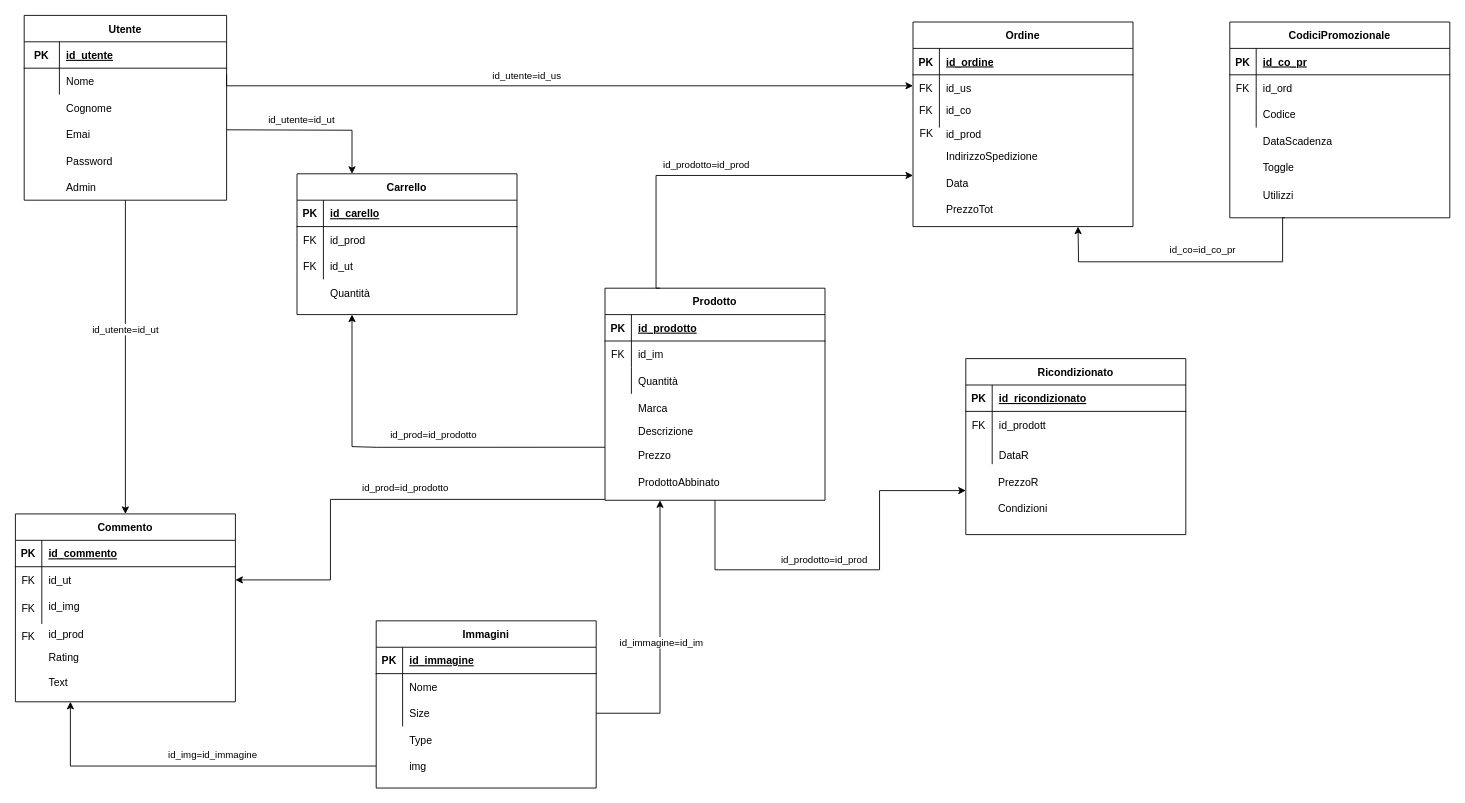
Earlier version of the draw.io diagram Creazione DBMS/DBMS.drawio (doublep21/PearShop). Source tidied: cells renumbered, new cells numbered last; positions are measured from the earlier drawing's top-left corner, leaving out a move shared by most shapes. Both pictures are drawn from the tidied source at 88%, with x=0, y=0 at pixel (15, 15).
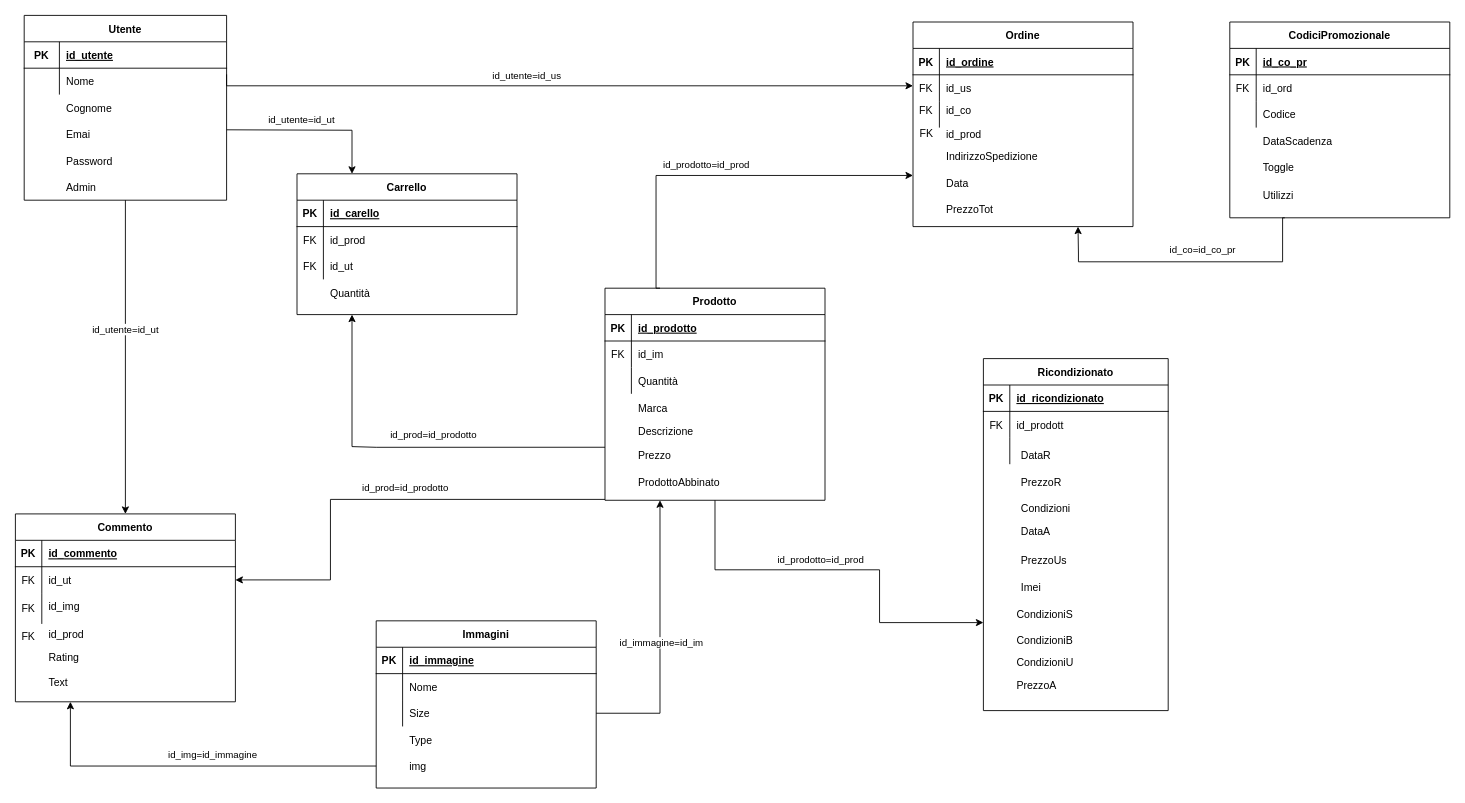
After the change.

Commit message (it also covers changes not shown here):
Aggiornamento DBMS

Unchanged cells that the change refers to:
```xml
<mxCell id="2" value="Prodotto" style="shape=table;startSize=30;childLayout=tableLayout;rowLines=0;fontStyle=1;align=center;" parent="1" vertex="1">
  <mxGeometry x="670" y="310" width="250" height="241" as="geometry" />
</mxCell>
```

What changed in the source:
```diff
@@
     <mxCell id="130" value="Ricondizionato" style="shape=table;startSize=30;childLayout=tableLayout;rowLines=0;fontStyle=1;align=center;" parent="1" vertex="1">
-      <mxGeometry x="1080" y="390" width="250" height="200" as="geometry" />
+      <mxGeometry x="1100" y="390" width="210" height="400" as="geometry" />
     </mxCell>
     <mxCell id="131" style="shape=partialRectangle;fillColor=none;top=0;left=0;right=0;bottom=1;" parent="130" vertex="1">
-      <mxGeometry y="30" width="250" height="30" as="geometry" />
+      <mxGeometry y="30" width="210" height="30" as="geometry" />
     </mxCell>
@@
     <mxCell id="133" value="id_ricondizionato" style="shape=partialRectangle;overflow=hidden;fillColor=none;top=0;left=0;bottom=0;right=0;align=left;spacingLeft=6;fontStyle=5;" parent="131" vertex="1">
-      <mxGeometry x="30" width="220" height="30" as="geometry" />
+      <mxGeometry x="30" width="180" height="30" as="geometry" />
     </mxCell>
     <mxCell id="134" style="shape=partialRectangle;fillColor=none;top=0;left=0;right=0;bottom=0;" parent="130" vertex="1">
-      <mxGeometry y="60" width="250" height="30" as="geometry" />
+      <mxGeometry y="60" width="210" height="30" as="geometry" />
     </mxCell>
@@
     <mxCell id="136" value="id_prodott" style="shape=partialRectangle;overflow=hidden;fillColor=none;top=0;left=0;bottom=0;right=0;align=left;spacingLeft=6;" parent="134" vertex="1">
-      <mxGeometry x="30" width="220" height="30" as="geometry" />
+      <mxGeometry x="30" width="180" height="30" as="geometry" />
     </mxCell>
     <mxCell id="137" style="shape=partialRectangle;fillColor=none;top=0;left=0;right=0;bottom=0;" parent="130" vertex="1">
-      <mxGeometry y="90" width="250" height="30" as="geometry" />
+      <mxGeometry y="90" width="210" height="30" as="geometry" />
     </mxCell>
@@
     <mxCell id="139" style="shape=partialRectangle;overflow=hidden;fillColor=none;top=0;left=0;bottom=0;right=0;align=left;spacingLeft=6;" parent="137" vertex="1">
-      <mxGeometry x="30" width="220" height="30" as="geometry" />
+      <mxGeometry x="30" width="180" height="30" as="geometry" />
     </mxCell>
     <mxCell id="140" style="edgeStyle=orthogonalEdgeStyle;rounded=0;jettySize=auto;html=1;exitX=0.5;exitY=1;exitDx=0;exitDy=0;entryX=0;entryY=0.75;entryDx=0;entryDy=0;" parent="1" edge="1" source="2" target="130">
       <mxGeometry relative="1" as="geometry">
         <Array as="points">
           <mxPoint x="795" y="630" />
           <mxPoint x="982" y="630" />
-          <mxPoint x="982" y="540" />
+          <mxPoint x="982" y="690" />
         </Array>
       </mxGeometry>
     </mxCell>
@@
     <mxCell id="142" value="DataR" style="shape=partialRectangle;overflow=hidden;fillColor=none;top=0;left=0;bottom=0;right=0;align=left;spacingLeft=6;" parent="1" vertex="1">
-      <mxGeometry x="1110" y="485" width="220" height="30" as="geometry" />
+      <mxGeometry x="1135" y="485" width="220" height="30" as="geometry" />
     </mxCell>
     <mxCell id="143" value="PrezzoR" style="shape=partialRectangle;overflow=hidden;fillColor=none;top=0;left=0;bottom=0;right=0;align=left;spacingLeft=6;" parent="1" vertex="1">
-      <mxGeometry x="1109" y="515" width="220" height="30" as="geometry" />
+      <mxGeometry x="1135" y="515" width="220" height="30" as="geometry" />
     </mxCell>
     <mxCell id="144" value="Condizioni" style="shape=partialRectangle;overflow=hidden;fillColor=none;top=0;left=0;bottom=0;right=0;align=left;spacingLeft=6;" parent="1" vertex="1">
-      <mxGeometry x="1109" y="545" width="220" height="30" as="geometry" />
+      <mxGeometry x="1135" y="545" width="220" height="30" as="geometry" />
     </mxCell>
@@
+    <mxCell id="149" value="DataA" style="shape=partialRectangle;overflow=hidden;fillColor=none;top=0;left=0;bottom=0;right=0;align=left;spacingLeft=6;" parent="1" vertex="1">
+      <mxGeometry x="1135" y="571.5" width="220" height="30" as="geometry" />
+    </mxCell>
+    <mxCell id="150" value="PrezzoUs" style="shape=partialRectangle;overflow=hidden;fillColor=none;top=0;left=0;bottom=0;right=0;align=left;spacingLeft=6;" parent="1" vertex="1">
+      <mxGeometry x="1135" y="604" width="220" height="30" as="geometry" />
+    </mxCell>
+    <mxCell id="151" value="Imei" style="shape=partialRectangle;overflow=hidden;fillColor=none;top=0;left=0;bottom=0;right=0;align=left;spacingLeft=6;" parent="1" vertex="1">
+      <mxGeometry x="1135" y="635" width="220" height="30" as="geometry" />
+    </mxCell>
+    <mxCell id="152" value="CondizioniS" style="shape=partialRectangle;overflow=hidden;fillColor=none;top=0;left=0;bottom=0;right=0;align=left;spacingLeft=6;" parent="1" vertex="1">
+      <mxGeometry x="1130" y="665" width="220" height="30" as="geometry" />
+    </mxCell>
+    <mxCell id="153" value="CondizioniB" style="shape=partialRectangle;overflow=hidden;fillColor=none;top=0;left=0;bottom=0;right=0;align=left;spacingLeft=6;" parent="1" vertex="1">
+      <mxGeometry x="1130" y="695" width="220" height="30" as="geometry" />
+    </mxCell>
+    <mxCell id="154" value="CondizioniU" style="shape=partialRectangle;overflow=hidden;fillColor=none;top=0;left=0;bottom=0;right=0;align=left;spacingLeft=6;" parent="1" vertex="1">
+      <mxGeometry x="1130" y="720" width="220" height="30" as="geometry" />
+    </mxCell>
+    <mxCell id="155" value="PrezzoA" style="shape=partialRectangle;overflow=hidden;fillColor=none;top=0;left=0;bottom=0;right=0;align=left;spacingLeft=6;" parent="1" vertex="1">
+      <mxGeometry x="1130" y="746.5" width="220" height="30" as="geometry" />
+    </mxCell>
```
